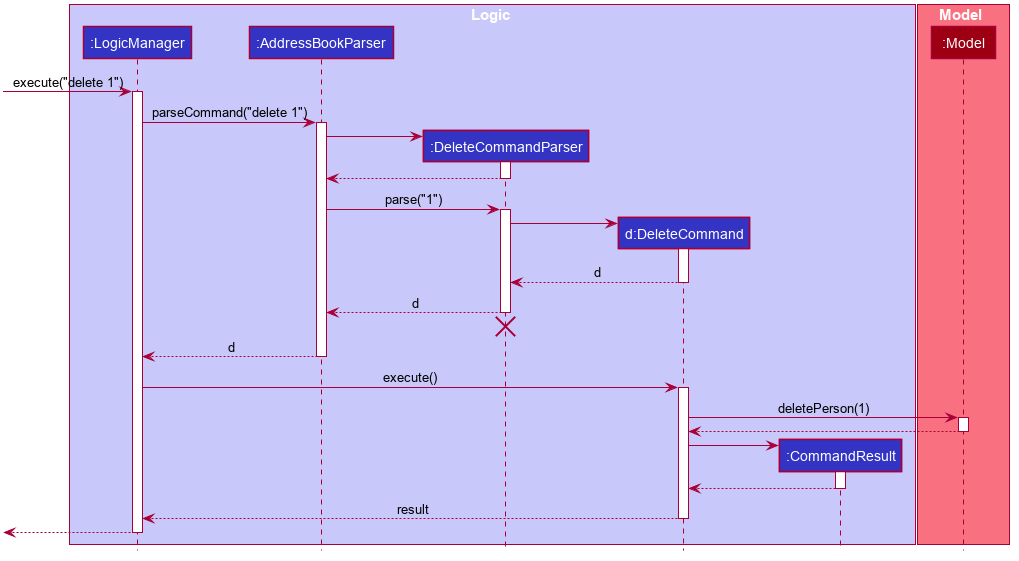
Above: docs/images/DeleteSequenceDiagram.png in nus-cs2103-AY2223S2/tp (PlantUML), before the change.
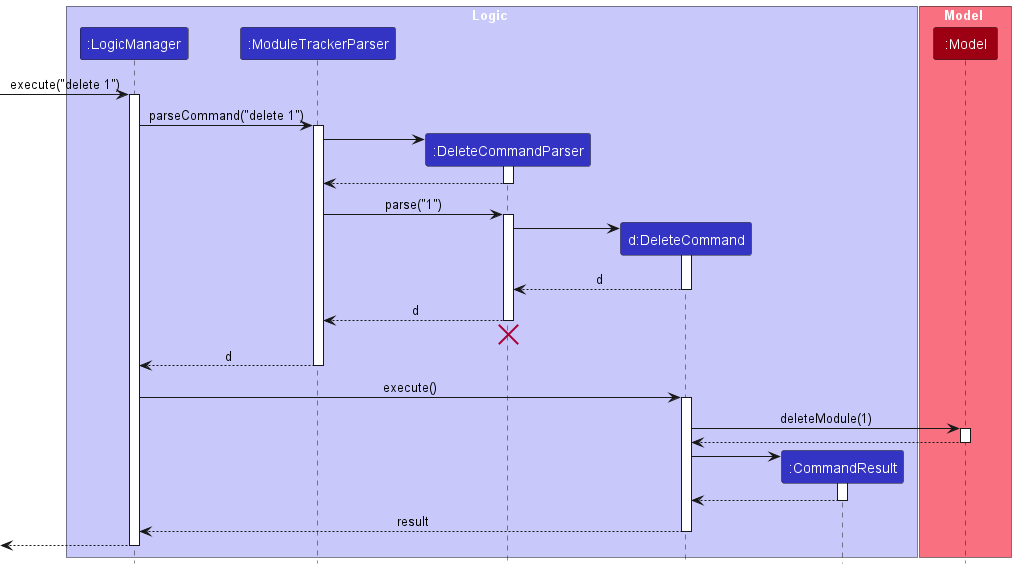
The same diagram one commit later.

Change to the diagram source:
```diff
@@ -1,79 +1,32 @@
 @startuml
+!include style.puml
 
-
-
-
-
-
-
-
-skinparam BackgroundColor #FFFFFFF
-
-skinparam Shadowing false
-
-skinparam Class {
-    FontColor #FFFFFF
-    BorderThickness 1
-    BorderColor #FFFFFF
-    StereotypeFontColor #FFFFFF
-    FontName Arial
-}
-
-skinparam Actor {
-    BorderColor #000000
-    Color #000000
-    FontName Arial
-}
-
-skinparam Sequence {
-    MessageAlign center
-    BoxFontSize 15
-    BoxPadding 0
-    BoxFontColor #FFFFFF
-    FontName Arial
-}
-
-skinparam Participant {
-    FontColor #FFFFFFF
-    Padding 20
-}
-
-skinparam MinClassWidth 50
-skinparam ParticipantPadding 10
-skinparam Shadowing false
-skinparam DefaultTextAlignment center
-skinparam packageStyle Rectangle
-
-hide footbox
-hide members
-hide circle
-
-box Logic #C8C8FA
-participant ":LogicManager" as LogicManager #3333C4
-participant ":AddressBookParser" as AddressBookParser #3333C4
-participant ":DeleteCommandParser" as DeleteCommandParser #3333C4
-participant "d:DeleteCommand" as DeleteCommand #3333C4
-participant ":CommandResult" as CommandResult #3333C4
+box Logic LOGIC_COLOR_T1
+participant ":LogicManager" as LogicManager LOGIC_COLOR
+participant ":ModuleTrackerParser" as ModuleTrackerParser LOGIC_COLOR
+participant ":DeleteCommandParser" as DeleteCommandParser LOGIC_COLOR
+participant "d:DeleteCommand" as DeleteCommand LOGIC_COLOR
+participant ":CommandResult" as CommandResult LOGIC_COLOR
 end box
 
-box Model #F97181
-participant ":Model" as Model #9D0012
+box Model MODEL_COLOR_T1
+participant ":Model" as Model MODEL_COLOR
 end box
 
 [-> LogicManager : execute("delete 1")
 activate LogicManager
 
-LogicManager -> AddressBookParser : parseCommand("delete 1")
-activate AddressBookParser
+LogicManager -> ModuleTrackerParser : parseCommand("delete 1")
+activate ModuleTrackerParser
 
 create DeleteCommandParser
-AddressBookParser -> DeleteCommandParser
+ModuleTrackerParser -> DeleteCommandParser
 activate DeleteCommandParser
 
-DeleteCommandParser --> AddressBookParser
+DeleteCommandParser --> ModuleTrackerParser
 deactivate DeleteCommandParser
 
-AddressBookParser -> DeleteCommandParser : parse("1")
+ModuleTrackerParser -> DeleteCommandParser : parse("1")
 activate DeleteCommandParser
 
 create DeleteCommand
@@ -83,18 +36,18 @@
 DeleteCommand --> DeleteCommandParser : d
 deactivate DeleteCommand
 
-DeleteCommandParser --> AddressBookParser : d
+DeleteCommandParser --> ModuleTrackerParser : d
 deactivate DeleteCommandParser
-DeleteCommandParser -[hidden]-> AddressBookParser
+DeleteCommandParser -[hidden]-> ModuleTrackerParser
 destroy DeleteCommandParser
 
-AddressBookParser --> LogicManager : d
-deactivate AddressBookParser
+ModuleTrackerParser --> LogicManager : d
+deactivate ModuleTrackerParser
 
 LogicManager -> DeleteCommand : execute()
 activate DeleteCommand
 
-DeleteCommand -> Model : deletePerson(1)
+DeleteCommand -> Model : deleteModule(1)
 activate Model
 
 Model --> DeleteCommand
```
